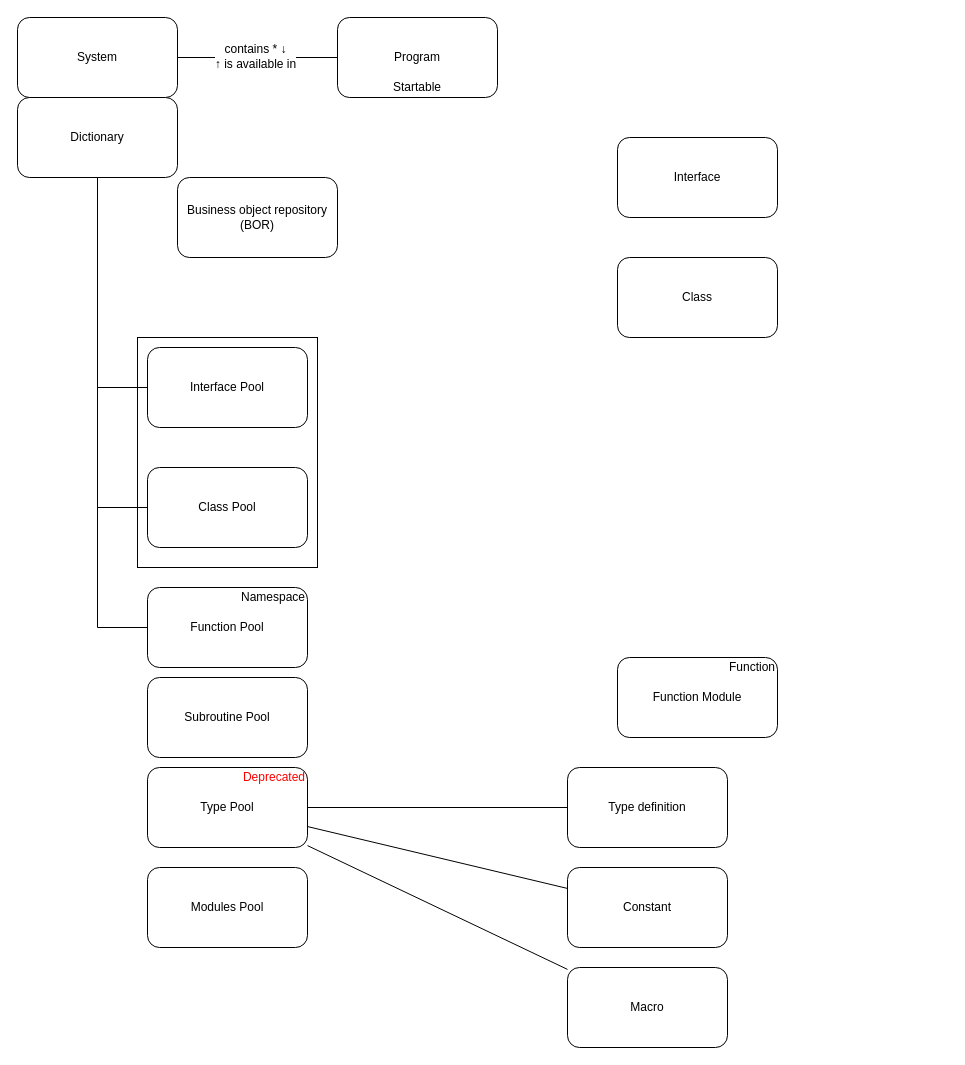
Earlier version of the draw.io diagram page "ABAP" (2 of 2) of SAP-Information-Model.drawio (sp-christian/sap-information-model). Source tidied: cells renumbered, new cells numbered last; positions are measured from the earlier drawing's top-left corner, leaving out a move shared by most shapes. Both pictures are drawn from the tidied source at 100%, with x=0, y=0 at pixel (17, 17).
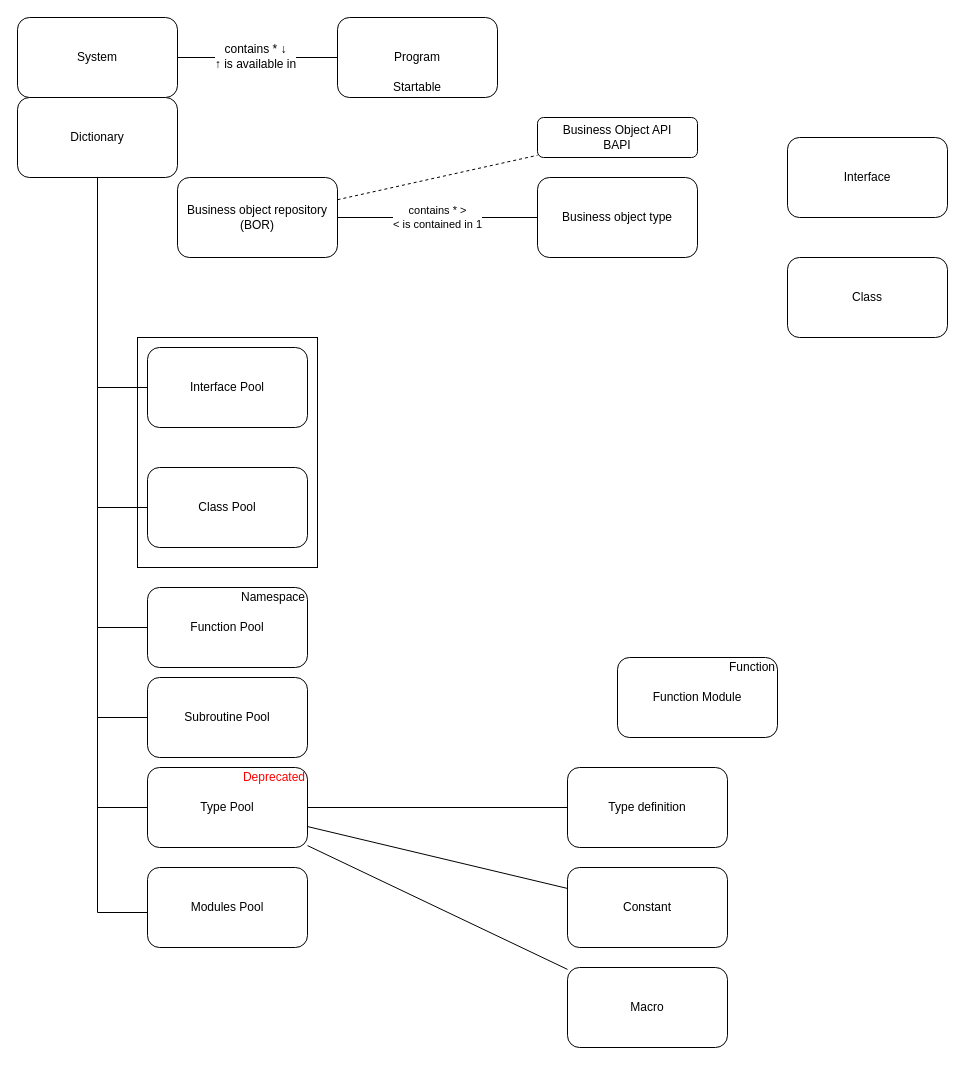
The same page after the edit.

The change refers to these unchanged cells:
```xml
<mxCell id="16" value="Subroutine Pool" style="rounded=1;whiteSpace=wrap;html=1;" parent="1" vertex="1">
  <mxGeometry x="130" y="660" width="160" height="80" as="geometry" />
</mxCell>
<mxCell id="20" value="Type Pool" style="rounded=1;whiteSpace=wrap;html=1;" parent="1" vertex="1">
  <mxGeometry x="130" y="750" width="160" height="80" as="geometry" />
</mxCell>
<mxCell id="21" value="Modules Pool" style="rounded=1;whiteSpace=wrap;html=1;" parent="1" vertex="1">
  <mxGeometry x="130" y="850" width="160" height="80" as="geometry" />
</mxCell>
<mxCell id="29" value="Dictionary" style="rounded=1;whiteSpace=wrap;html=1;" parent="1" vertex="1">
  <mxGeometry y="80" width="160" height="80" as="geometry" />
</mxCell>
<mxCell id="30" value="Business object repository&lt;br&gt;(BOR)" style="rounded=1;whiteSpace=wrap;html=1;" parent="1" vertex="1">
  <mxGeometry x="160" y="160" width="160" height="80" as="geometry" />
</mxCell>
```

Change to the diagram source:
```diff
@@
     <mxCell id="6" value="Class" style="rounded=1;whiteSpace=wrap;html=1;" parent="1" vertex="1">
-      <mxGeometry x="600" y="240" width="160" height="80" as="geometry" />
+      <mxGeometry x="770" y="240" width="160" height="80" as="geometry" />
     </mxCell>
     <mxCell id="7" value="Interface" style="rounded=1;whiteSpace=wrap;html=1;" parent="1" vertex="1">
-      <mxGeometry x="600" y="120" width="160" height="80" as="geometry" />
+      <mxGeometry x="770" y="120" width="160" height="80" as="geometry" />
     </mxCell>
@@
+    <mxCell id="31" value="&lt;font color=&quot;#000000&quot;&gt;contains * &amp;gt;&lt;br&gt;&amp;lt; is contained in 1&lt;br&gt;&lt;/font&gt;" style="edgeStyle=orthogonalEdgeStyle;rounded=0;jettySize=auto;html=1;fontColor=#FF0000;endArrow=none;endFill=0;" parent="1" edge="1" source="30" target="32">
+      <mxGeometry relative="1" as="geometry" />
+    </mxCell>
@@
+    <mxCell id="32" value="Business object type" style="rounded=1;whiteSpace=wrap;html=1;" parent="1" vertex="1">
+      <mxGeometry x="520" y="160" width="160" height="80" as="geometry" />
+    </mxCell>
+    <mxCell id="33" style="edgeStyle=orthogonalEdgeStyle;rounded=0;jettySize=auto;html=1;endArrow=none;endFill=0;entryX=0.5;entryY=1;entryDx=0;entryDy=0;" parent="1" edge="1" source="16" target="29">
+      <mxGeometry relative="1" as="geometry">
+        <Array as="points">
+          <mxPoint x="80" y="700" />
+        </Array>
+      </mxGeometry>
+    </mxCell>
+    <mxCell id="34" style="edgeStyle=orthogonalEdgeStyle;rounded=0;jettySize=auto;html=1;endArrow=none;endFill=0;entryX=0.5;entryY=1;entryDx=0;entryDy=0;exitX=0;exitY=0.5;exitDx=0;exitDy=0;" parent="1" edge="1" source="20" target="29">
+      <mxGeometry relative="1" as="geometry">
+        <Array as="points">
+          <mxPoint x="80" y="790" />
+        </Array>
+      </mxGeometry>
+    </mxCell>
+    <mxCell id="35" style="edgeStyle=orthogonalEdgeStyle;rounded=0;jettySize=auto;html=1;endArrow=none;endFill=0;" parent="1" edge="1" source="21" target="29">
+      <mxGeometry relative="1" as="geometry">
+        <Array as="points">
+          <mxPoint x="80" y="895" />
+        </Array>
+      </mxGeometry>
+    </mxCell>
+    <mxCell id="36" value="Business Object API&lt;br&gt;BAPI" style="rounded=1;whiteSpace=wrap;html=1;" parent="1" vertex="1">
+      <mxGeometry x="520" y="100" width="160" height="40" as="geometry" />
+    </mxCell>
+    <mxCell id="37" style="endArrow=none;dashed=1;html=1;fontColor=#FF0000;" parent="1" edge="1" source="30" target="36">
+      <mxGeometry relative="1" as="geometry" />
+    </mxCell>
```
